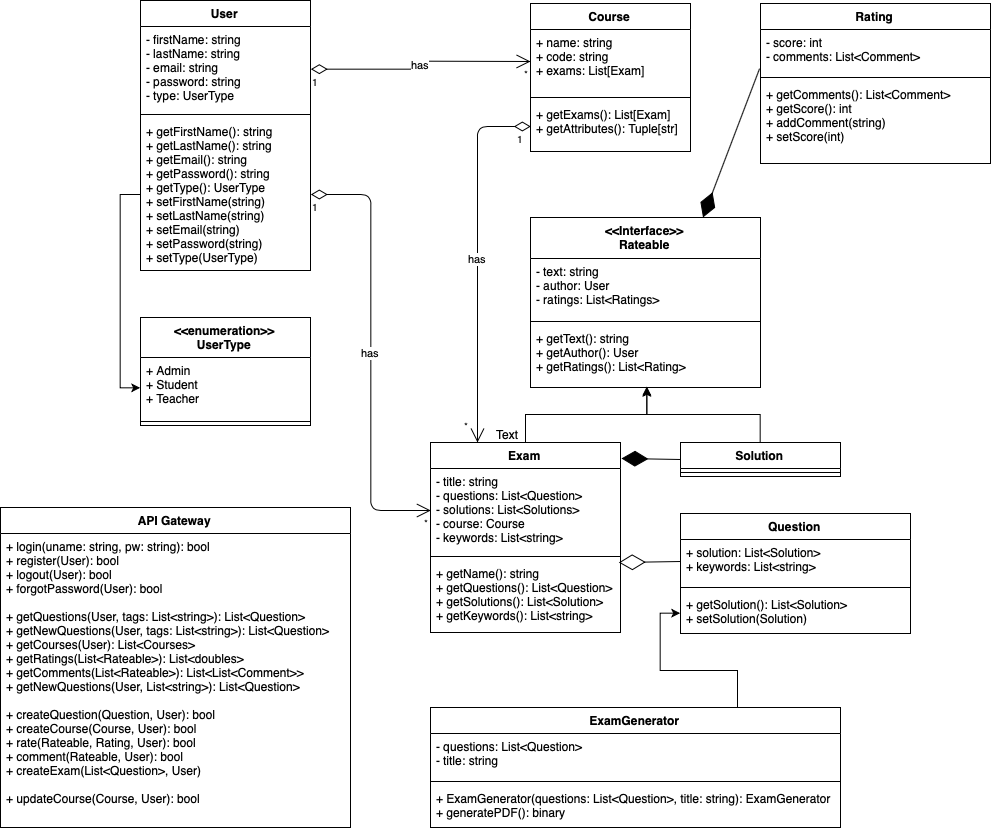
This is docs/diagrams/easy-exam-class-diagram.png from utec-cs2901-2019-2/easy-exam-grupo-iii, a draw.io export, as it was before one commit. Source tidied: cells renumbered, new cells last; positions are measured from the earlier drawing's top-left corner, leaving out a move shared by most shapes.
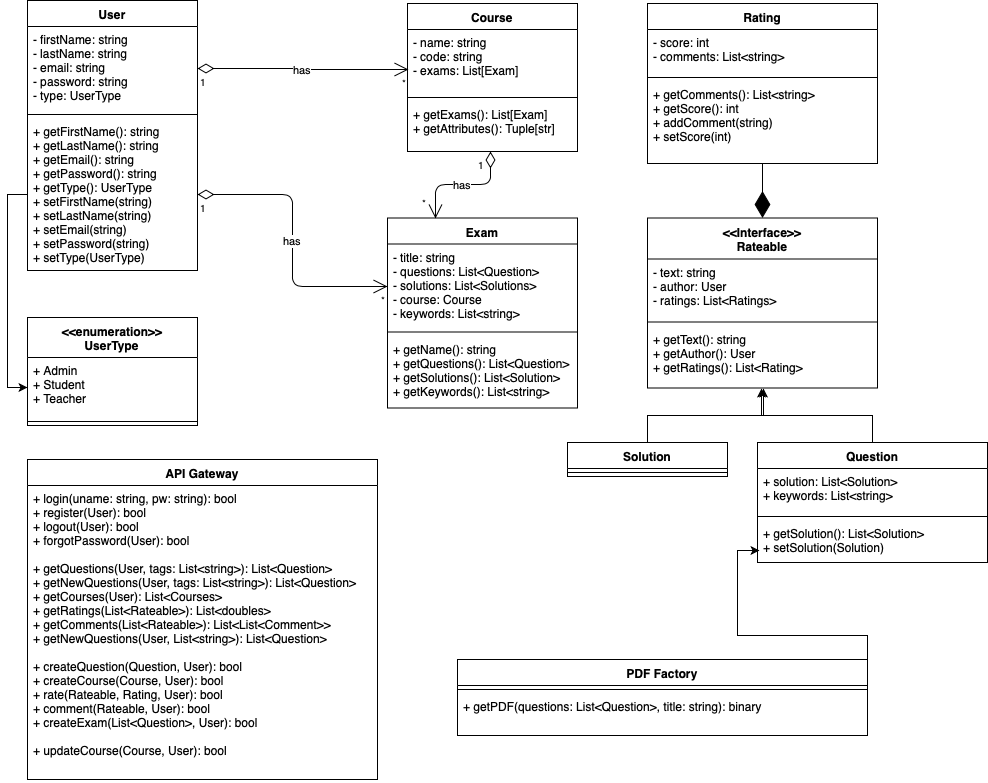
Later version of the same file.

Commit message:
Updated Class Diagram

The edit, as a diff of the source:
```diff
@@ -3,22 +3,19 @@
     <mxCell id="0" />
     <mxCell id="1" parent="0" />
     <mxCell id="2" value="Course" style="swimlane;fontStyle=1;align=center;verticalAlign=top;horizontal=1;startSize=26;" parent="1" vertex="1">
-      <mxGeometry x="530" y="3" width="160" height="148" as="geometry" />
+      <mxGeometry x="520" y="3" width="170" height="148" as="geometry" />
     </mxCell>
-    <mxCell id="3" value="+ name: string&#10;+ code: string&#10;+ exams: List[Exam]" style="text;strokeColor=none;fillColor=none;align=left;verticalAlign=top;spacingLeft=4;spacingRight=4;overflow=hidden;points=[[0,0.5],[1,0.5]];portConstraint=eastwest;" parent="2" vertex="1">
-      <mxGeometry y="26" width="160" height="64" as="geometry" />
+    <mxCell id="3" value="- name: string&#10;- code: string&#10;- exams: List[Exam]" style="text;strokeColor=none;fillColor=none;align=left;verticalAlign=top;spacingLeft=4;spacingRight=4;overflow=hidden;points=[[0,0.5],[1,0.5]];portConstraint=eastwest;" parent="2" vertex="1">
+      <mxGeometry y="26" width="170" height="64" as="geometry" />
     </mxCell>
     <mxCell id="4" style="line;strokeWidth=1;fillColor=none;align=left;verticalAlign=middle;spacingTop=-1;spacingLeft=3;spacingRight=3;labelPosition=right;" parent="2" vertex="1">
-      <mxGeometry y="90" width="160" height="8" as="geometry" />
+      <mxGeometry y="90" width="170" height="8" as="geometry" />
     </mxCell>
     <mxCell id="5" value="+ getExams(): List[Exam]&#10;+ getAttributes(): Tuple[str]" style="text;strokeColor=none;fillColor=none;align=left;verticalAlign=top;spacingLeft=4;spacingRight=4;overflow=hidden;points=[[0,0.5],[1,0.5]];portConstraint=eastwest;" parent="2" vertex="1">
-      <mxGeometry y="98" width="160" height="50" as="geometry" />
+      <mxGeometry y="98" width="170" height="50" as="geometry" />
     </mxCell>
-    <mxCell id="6" style="edgeStyle=orthogonalEdgeStyle;rounded=0;jettySize=auto;html=1;exitX=0.5;exitY=0;exitDx=0;exitDy=0;entryX=0.504;entryY=0.984;entryDx=0;entryDy=0;entryPerimeter=0;" parent="1" edge="1" source="7" target="31">
-      <mxGeometry relative="1" as="geometry" />
-    </mxCell>
     <mxCell id="7" value="Exam" style="swimlane;fontStyle=1;align=center;verticalAlign=top;horizontal=1;startSize=26;" parent="1" vertex="1">
-      <mxGeometry x="430" y="442" width="190" height="190" as="geometry" />
+      <mxGeometry x="500" y="217.5" width="190" height="190" as="geometry" />
     </mxCell>
     <mxCell id="8" value="- title: string&#10;- questions: List&lt;Question&gt;&#10;- solutions: List&lt;Solutions&gt;&#10;- course: Course&#10;- keywords: List&lt;string&gt;&#10;" style="text;strokeColor=none;fillColor=none;align=left;verticalAlign=top;spacingLeft=4;spacingRight=4;overflow=hidden;points=[[0,0.5],[1,0.5]];portConstraint=eastwest;" parent="7" vertex="1">
       <mxGeometry y="26" width="190" height="84" as="geometry" />
@@ -29,8 +26,11 @@
     <mxCell id="10" value="+ getName(): string&#10;+ getQuestions(): List&lt;Question&gt;&#10;+ getSolutions(): List&lt;Solution&gt;&#10;+ getKeywords(): List&lt;string&gt;" style="text;strokeColor=none;fillColor=none;align=left;verticalAlign=top;spacingLeft=4;spacingRight=4;overflow=hidden;points=[[0,0.5],[1,0.5]];portConstraint=eastwest;" parent="7" vertex="1">
       <mxGeometry y="118" width="190" height="72" as="geometry" />
     </mxCell>
+    <mxCell id="54" style="edgeStyle=orthogonalEdgeStyle;rounded=0;jettySize=auto;html=1;exitX=0.5;exitY=0;exitDx=0;exitDy=0;entryX=0.496;entryY=1.008;entryDx=0;entryDy=0;entryPerimeter=0;" parent="1" edge="1" source="11" target="31">
+      <mxGeometry relative="1" as="geometry" />
+    </mxCell>
     <mxCell id="11" value="Question" style="swimlane;fontStyle=1;align=center;verticalAlign=top;horizontal=1;startSize=26;" parent="1" vertex="1">
-      <mxGeometry x="680" y="513" width="230" height="120" as="geometry" />
+      <mxGeometry x="870" y="442" width="230" height="120" as="geometry" />
     </mxCell>
     <mxCell id="12" value="+ solution: List&lt;Solution&gt;&#10;+ keywords: List&lt;string&gt;" style="text;strokeColor=none;fillColor=none;align=left;verticalAlign=top;spacingLeft=4;spacingRight=4;overflow=hidden;points=[[0,0.5],[1,0.5]];portConstraint=eastwest;" parent="11" vertex="1">
       <mxGeometry y="26" width="230" height="44" as="geometry" />
@@ -42,9 +42,9 @@
       <mxGeometry y="78" width="230" height="42" as="geometry" />
     </mxCell>
     <mxCell id="15" value="API Gateway" style="swimlane;fontStyle=1;align=center;verticalAlign=top;horizontal=1;startSize=26;" parent="1" vertex="1">
-      <mxGeometry y="507" width="350" height="320" as="geometry" />
+      <mxGeometry x="140" y="459" width="350" height="320" as="geometry" />
     </mxCell>
-    <mxCell id="16" value="+ login(uname: string, pw: string): bool&#10;+ register(User): bool&#10;+ logout(User): bool&#10;+ forgotPassword(User): bool &#10;&#10;+ getQuestions(User, tags: List&lt;string&gt;): List&lt;Question&gt;&#10;+ getNewQuestions(User, tags: List&lt;string&gt;): List&lt;Question&gt;&#10;+ getCourses(User): List&lt;Courses&gt;&#10;+ getRatings(List&lt;Rateable&gt;): List&lt;doubles&gt;&#10;+ getComments(List&lt;Rateable&gt;): List&lt;List&lt;Comment&gt;&gt;&#10;+ getNewQuestions(User, List&lt;string&gt;): List&lt;Question&gt;&#10;&#10;+ createQuestion(Question, User): bool&#10;+ createCourse(Course, User): bool&#10;+ rate(Rateable, Rating, User): bool&#10;+ comment(Rateable, User): bool&#10;+ createExam(List&lt;Question&gt;, User)&#10;&#10;+ updateCourse(Course, User): bool" style="text;strokeColor=none;fillColor=none;align=left;verticalAlign=top;spacingLeft=4;spacingRight=4;overflow=hidden;" parent="15" vertex="1">
+    <mxCell id="16" value="+ login(uname: string, pw: string): bool&#10;+ register(User): bool&#10;+ logout(User): bool&#10;+ forgotPassword(User): bool &#10;&#10;+ getQuestions(User, tags: List&lt;string&gt;): List&lt;Question&gt;&#10;+ getNewQuestions(User, tags: List&lt;string&gt;): List&lt;Question&gt;&#10;+ getCourses(User): List&lt;Courses&gt;&#10;+ getRatings(List&lt;Rateable&gt;): List&lt;doubles&gt;&#10;+ getComments(List&lt;Rateable&gt;): List&lt;List&lt;Comment&gt;&gt;&#10;+ getNewQuestions(User, List&lt;string&gt;): List&lt;Question&gt;&#10;&#10;+ createQuestion(Question, User): bool&#10;+ createCourse(Course, User): bool&#10;+ rate(Rateable, Rating, User): bool&#10;+ comment(Rateable, User): bool&#10;+ createExam(List&lt;Question&gt;, User): bool&#10;&#10;+ updateCourse(Course, User): bool" style="text;strokeColor=none;fillColor=none;align=left;verticalAlign=top;spacingLeft=4;spacingRight=4;overflow=hidden;" parent="15" vertex="1">
       <mxGeometry y="26" width="350" height="294" as="geometry" />
     </mxCell>
     <mxCell id="17" value="User" style="swimlane;fontStyle=1;align=center;verticalAlign=top;horizontal=1;startSize=26;" parent="1" vertex="1">
@@ -59,8 +59,10 @@
     <mxCell id="20" value="+ getFirstName(): string&#10;+ getLastName(): string&#10;+ getEmail(): string&#10;+ getPassword(): string &#10;+ getType(): UserType&#10;+ setFirstName(string)&#10;+ setLastName(string)&#10;+ setEmail(string)&#10;+ setPassword(string)&#10;+ setType(UserType)" style="text;strokeColor=none;fillColor=none;align=left;verticalAlign=top;spacingLeft=4;spacingRight=4;overflow=hidden;points=[[0,0.5],[1,0.5]];portConstraint=eastwest;" parent="17" vertex="1">
       <mxGeometry y="118" width="170" height="152" as="geometry" />
     </mxCell>
-    <mxCell id="21" style="edgeStyle=orthogonalEdgeStyle;rounded=0;jettySize=auto;html=1;exitX=0.5;exitY=0;exitDx=0;exitDy=0;entryX=0.504;entryY=1;entryDx=0;entryDy=0;entryPerimeter=0;" parent="1" edge="1" source="22" target="31">
-      <mxGeometry relative="1" as="geometry" />
+    <mxCell id="21" style="edgeStyle=orthogonalEdgeStyle;rounded=0;jettySize=auto;html=1;exitX=0.5;exitY=0;exitDx=0;exitDy=0;" parent="1" edge="1" source="22">
+      <mxGeometry relative="1" as="geometry">
+        <mxPoint x="876" y="388" as="targetPoint" />
+      </mxGeometry>
     </mxCell>
     <mxCell id="22" value="Solution" style="swimlane;fontStyle=1;align=center;verticalAlign=top;horizontal=1;startSize=26;" parent="1" vertex="1">
       <mxGeometry x="680" y="442" width="160" height="34" as="geometry" />
@@ -71,17 +73,17 @@
     <mxCell id="24" value="Rating" style="swimlane;fontStyle=1;align=center;verticalAlign=top;horizontal=1;startSize=26;" parent="1" vertex="1">
       <mxGeometry x="760" y="3" width="230" height="160" as="geometry" />
     </mxCell>
-    <mxCell id="25" value="- score: int&#10;- comments: List&lt;Comment&gt;" style="text;strokeColor=none;fillColor=none;align=left;verticalAlign=top;spacingLeft=4;spacingRight=4;overflow=hidden;points=[[0,0.5],[1,0.5]];portConstraint=eastwest;" parent="24" vertex="1">
+    <mxCell id="25" value="- score: int&#10;- comments: List&lt;string&gt;" style="text;strokeColor=none;fillColor=none;align=left;verticalAlign=top;spacingLeft=4;spacingRight=4;overflow=hidden;points=[[0,0.5],[1,0.5]];portConstraint=eastwest;" parent="24" vertex="1">
       <mxGeometry y="26" width="230" height="44" as="geometry" />
     </mxCell>
     <mxCell id="26" style="line;strokeWidth=1;fillColor=none;align=left;verticalAlign=middle;spacingTop=-1;spacingLeft=3;spacingRight=3;labelPosition=right;" parent="24" vertex="1">
       <mxGeometry y="70" width="230" height="8" as="geometry" />
     </mxCell>
-    <mxCell id="27" value="+ getComments(): List&lt;Comment&gt;&#10;+ getScore(): int&#10;+ addComment(string)&#10;+ setScore(int)" style="text;strokeColor=none;fillColor=none;align=left;verticalAlign=top;spacingLeft=4;spacingRight=4;overflow=hidden;points=[[0,0.5],[1,0.5]];portConstraint=eastwest;" parent="24" vertex="1">
+    <mxCell id="27" value="+ getComments(): List&lt;string&gt;&#10;+ getScore(): int&#10;+ addComment(string)&#10;+ setScore(int)" style="text;strokeColor=none;fillColor=none;align=left;verticalAlign=top;spacingLeft=4;spacingRight=4;overflow=hidden;points=[[0,0.5],[1,0.5]];portConstraint=eastwest;" parent="24" vertex="1">
       <mxGeometry y="78" width="230" height="82" as="geometry" />
     </mxCell>
     <mxCell id="28" value="&lt;&lt;Interface&gt;&gt;&#10;Rateable" style="swimlane;fontStyle=1;align=center;verticalAlign=top;horizontal=1;startSize=41;" parent="1" vertex="1">
-      <mxGeometry x="530" y="217" width="230" height="170" as="geometry" />
+      <mxGeometry x="760" y="217.5" width="230" height="170" as="geometry" />
     </mxCell>
     <mxCell id="29" value="- text: string&#10;- author: User&#10;- ratings: List&lt;Ratings&gt;&#10;" style="text;strokeColor=none;fillColor=none;align=left;verticalAlign=top;spacingLeft=4;spacingRight=4;overflow=hidden;" parent="28" vertex="1">
       <mxGeometry y="41" width="230" height="59" as="geometry" />
@@ -101,30 +103,18 @@
     <mxCell id="34" style="line;strokeWidth=1;fillColor=none;align=left;verticalAlign=middle;spacingTop=-1;spacingLeft=3;spacingRight=3;labelPosition=right;" parent="32" vertex="1">
       <mxGeometry y="100" width="170" height="8" as="geometry" />
     </mxCell>
-    <mxCell id="35" style="edgeStyle=orthogonalEdgeStyle;rounded=0;jettySize=auto;html=1;exitX=0.75;exitY=0;exitDx=0;exitDy=0;entryX=0;entryY=0.5;entryDx=0;entryDy=0;" parent="1" edge="1" source="36" target="14">
-      <mxGeometry relative="1" as="geometry" />
-    </mxCell>
-    <mxCell id="36" value="ExamGenerator" style="swimlane;fontStyle=1;align=center;verticalAlign=top;horizontal=1;startSize=26;" parent="1" vertex="1">
-      <mxGeometry x="430" y="707" width="410" height="120" as="geometry" />
+    <mxCell id="36" value="PDF Factory" style="swimlane;fontStyle=1;align=center;verticalAlign=top;horizontal=1;startSize=26;" parent="1" vertex="1">
+      <mxGeometry x="570" y="659" width="410" height="76" as="geometry" />
     </mxCell>
-    <mxCell id="37" value="- questions: List&lt;Question&gt;&#10;- title: string&#10;" style="text;strokeColor=none;fillColor=none;align=left;verticalAlign=top;spacingLeft=4;spacingRight=4;overflow=hidden;" parent="36" vertex="1">
-      <mxGeometry y="26" width="410" height="44" as="geometry" />
-    </mxCell>
     <mxCell id="38" style="line;strokeWidth=1;fillColor=none;align=left;verticalAlign=middle;spacingTop=-1;spacingLeft=3;spacingRight=3;labelPosition=right;" parent="36" vertex="1">
-      <mxGeometry y="70" width="410" height="8" as="geometry" />
+      <mxGeometry y="26" width="410" height="8" as="geometry" />
     </mxCell>
-    <mxCell id="39" value="+ ExamGenerator(questions: List&lt;Question&gt;, title: string): ExamGenerator &#10;+ generatePDF(): binary&#10;" style="text;strokeColor=none;fillColor=none;align=left;verticalAlign=top;spacingLeft=4;spacingRight=4;overflow=hidden;" parent="36" vertex="1">
-      <mxGeometry y="78" width="410" height="42" as="geometry" />
+    <mxCell id="39" value="+ getPDF(questions: List&lt;Question&gt;, title: string): binary" style="text;strokeColor=none;fillColor=none;align=left;verticalAlign=top;spacingLeft=4;spacingRight=4;overflow=hidden;" parent="36" vertex="1">
+      <mxGeometry y="34" width="410" height="42" as="geometry" />
     </mxCell>
-    <mxCell id="40" style="endArrow=diamondThin;endFill=1;endSize=24;html=1;entryX=0.75;entryY=0;entryDx=0;entryDy=0;exitX=-0.004;exitY=0.889;exitDx=0;exitDy=0;exitPerimeter=0;" parent="1" edge="1" source="25" target="28">
+    <mxCell id="40" style="endArrow=diamondThin;endFill=1;endSize=24;html=1;entryX=0.5;entryY=0;entryDx=0;entryDy=0;" parent="1" edge="1" source="27" target="28">
       <mxGeometry relative="1" as="geometry" />
     </mxCell>
-    <mxCell id="41" style="endArrow=diamondThin;endFill=0;endSize=24;html=1;exitX=0;exitY=0.5;exitDx=0;exitDy=0;entryX=0.991;entryY=0.028;entryDx=0;entryDy=0;entryPerimeter=0;" parent="1" edge="1" source="12" target="10">
-      <mxGeometry relative="1" as="geometry" />
-    </mxCell>
-    <mxCell id="42" style="endArrow=diamondThin;endFill=1;endSize=24;html=1;exitX=0;exitY=0.5;exitDx=0;exitDy=0;entryX=1.005;entryY=0.084;entryDx=0;entryDy=0;entryPerimeter=0;" parent="1" edge="1" source="22" target="7">
-      <mxGeometry relative="1" as="geometry" />
-    </mxCell>
     <mxCell id="43" value="has" style="endArrow=open;html=1;endSize=12;startArrow=diamondThin;startSize=14;startFill=0;edgeStyle=orthogonalEdgeStyle;exitX=1;exitY=0.5;exitDx=0;exitDy=0;entryX=0;entryY=0.5;entryDx=0;entryDy=0;" parent="1" edge="1" source="20" target="8">
       <mxGeometry relative="1" as="geometry" />
     </mxCell>
@@ -137,10 +127,8 @@
     <mxCell id="46" style="edgeStyle=orthogonalEdgeStyle;rounded=0;jettySize=auto;html=1;exitX=0;exitY=0.5;exitDx=0;exitDy=0;entryX=0;entryY=0.5;entryDx=0;entryDy=0;" parent="1" edge="1" source="20" target="33">
       <mxGeometry relative="1" as="geometry" />
     </mxCell>
-    <mxCell id="47" value="has" style="endArrow=open;html=1;endSize=12;startArrow=diamondThin;startSize=14;startFill=0;edgeStyle=orthogonalEdgeStyle;exitX=1;exitY=0.5;exitDx=0;exitDy=0;" parent="1" edge="1" source="18">
-      <mxGeometry relative="1" as="geometry">
-        <mxPoint x="530" y="61" as="targetPoint" />
-      </mxGeometry>
+    <mxCell id="47" value="has" style="endArrow=open;html=1;endSize=12;startArrow=diamondThin;startSize=14;startFill=0;edgeStyle=orthogonalEdgeStyle;exitX=1;exitY=0.5;exitDx=0;exitDy=0;entryX=0.006;entryY=0.625;entryDx=0;entryDy=0;entryPerimeter=0;" parent="1" edge="1" source="18" target="3">
+      <mxGeometry relative="1" as="geometry" />
     </mxCell>
     <mxCell id="48" value="1" style="html=1;align=left;verticalAlign=top;labelBackgroundColor=#ffffff;fontSize=10;" parent="47" vertex="1">
       <mxGeometry x="-1" relative="1" as="geometry" />
@@ -148,7 +136,7 @@
     <mxCell id="49" value="*" style="html=1;align=right;verticalAlign=top;labelBackgroundColor=#ffffff;fontSize=10;" parent="47" vertex="1">
       <mxGeometry x="1" relative="1" as="geometry" />
     </mxCell>
-    <mxCell id="50" value="has" style="endArrow=open;html=1;endSize=12;startArrow=diamondThin;startSize=14;startFill=0;edgeStyle=orthogonalEdgeStyle;exitX=0;exitY=0.5;exitDx=0;exitDy=0;entryX=0.25;entryY=0;entryDx=0;entryDy=0;" parent="1" edge="1" source="5" target="7">
+    <mxCell id="50" value="has" style="endArrow=open;html=1;endSize=12;startArrow=diamondThin;startSize=14;startFill=0;edgeStyle=orthogonalEdgeStyle;exitX=0.488;exitY=1;exitDx=0;exitDy=0;entryX=0.25;entryY=0;entryDx=0;entryDy=0;exitPerimeter=0;" parent="1" edge="1" source="5" target="7">
       <mxGeometry relative="1" as="geometry" />
     </mxCell>
     <mxCell id="51" value="1" style="html=1;align=left;verticalAlign=top;labelBackgroundColor=#ffffff;fontSize=10;" parent="50" vertex="1">
@@ -161,8 +149,10 @@
         <mxPoint x="-7" y="-29" as="offset" />
       </mxGeometry>
     </mxCell>
-    <mxCell id="53" value="Text" style="text;html=1;align=left;verticalAlign=top;spacingTop=-4;" parent="1" vertex="1">
-      <mxGeometry x="494" y="425" width="40" height="20" as="geometry" />
-    </mxCell>
+    <mxCell id="55" style="edgeStyle=orthogonalEdgeStyle;rounded=0;jettySize=auto;html=1;exitX=1;exitY=0.5;exitDx=0;exitDy=0;entryX=0.009;entryY=0.714;entryDx=0;entryDy=0;entryPerimeter=0;" parent="1" edge="1" target="14">
+      <mxGeometry relative="1" as="geometry">
+        <mxPoint x="980" y="707" as="sourcePoint" />
+      </mxGeometry>
+    </mxCell>
   </root>
 </mxGraphModel>
```
